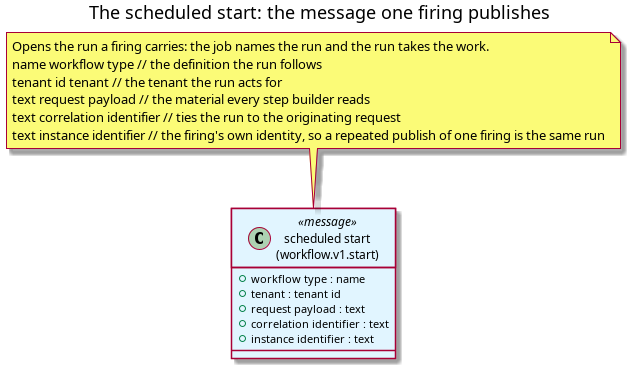
Earlier version of the PlantUML export doc/knowledge/architecture/scheduled_workflow_start.png (OreStudio/OreStudio). Its source is kept beside it as doc/knowledge/architecture/scheduled_workflow_start.puml.
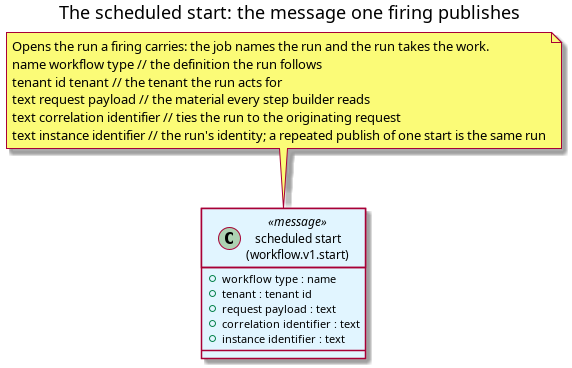
Later version of the same file.

What changed in the source:
```diff
@@ -16,7 +16,7 @@
 tenant id tenant // the tenant the run acts for
 text request payload // the material every step builder reads
 text correlation identifier // ties the run to the originating request
-text instance identifier // the firing's own identity, so a repeated publish of one firing is the same run
+text instance identifier // the run's identity; a repeated publish of one start is the same run
 end note
 
 @enduml
```
